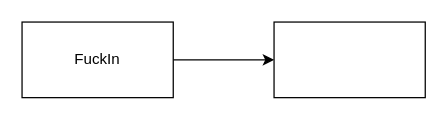
zhfk/drawo.io.mydiagrams keeps this draw.io diagram as page "BlockingQueue" (7 of 7) of fuckInJava.drawio. Above is the earlier version. Source tidied: cells renumbered, new cells numbered last; positions are measured from the earlier drawing's top-left corner, leaving out a move shared by most shapes. Both pictures are drawn from the tidied source at 126%, with x=0, y=0 at pixel (21, 21).
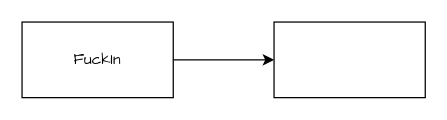
The same diagram, later.

Change to the diagram source:
```diff
@@
 <mxGraphModel>
   <root>
     <mxCell id="0" />
     <mxCell id="1" parent="0" />
     <mxCell id="2" style="edgeStyle=orthogonalEdgeStyle;rounded=0;jettySize=auto;html=1;" parent="1" edge="1" source="3" target="4">
       <mxGeometry relative="1" as="geometry" />
     </mxCell>
-    <mxCell id="3" value="FuckIn" style="rounded=0;whiteSpace=wrap;html=1;" parent="1" vertex="1">
+    <mxCell id="3" value="&lt;font face=&quot;Comic Sans MS&quot;&gt;FuckIn&lt;/font&gt;" style="rounded=0;whiteSpace=wrap;html=1;" parent="1" vertex="1">
       <mxGeometry width="120" height="60" as="geometry" />
     </mxCell>
     <mxCell id="4" style="rounded=0;whiteSpace=wrap;html=1;" parent="1" vertex="1">
       <mxGeometry x="200" width="120" height="60" as="geometry" />
     </mxCell>
   </root>
 </mxGraphModel>
```
